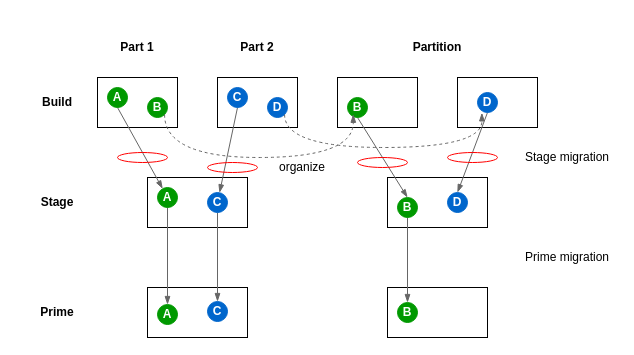
The draw.io diagram docs/image-sources/partition_migration.drawio in canonical/craft-parts, before the edit. Source tidied: cells renumbered, new cells numbered last; positions are measured from the earlier drawing's top-left corner, leaving out a move shared by most shapes. Both pictures are drawn from the tidied source at 100%, with x=0, y=0 at pixel (17, 37).
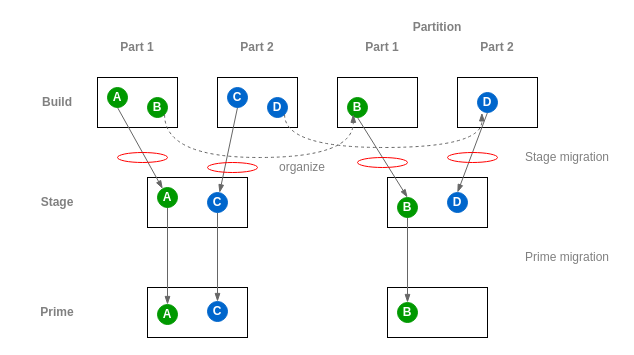
After the change.

Change to the diagram source:
```diff
@@
-    <mxCell id="2" value="&lt;b&gt;Build&lt;/b&gt;" style="rounded=0;whiteSpace=wrap;html=1;strokeColor=none;fillColor=none;" parent="1" vertex="1">
+    <mxCell id="2" value="&lt;b&gt;Build&lt;/b&gt;" style="rounded=0;whiteSpace=wrap;html=1;strokeColor=none;fillColor=none;fontColor=#808080;" parent="1" vertex="1">
       <mxGeometry y="55" width="80" height="20" as="geometry" />
     </mxCell>
@@
-    <mxCell id="11" value="&lt;b&gt;Part 1&lt;/b&gt;" style="rounded=0;whiteSpace=wrap;html=1;strokeColor=none;fillColor=none;" parent="1" vertex="1">
+    <mxCell id="11" value="&lt;b&gt;Part 1&lt;/b&gt;" style="rounded=0;whiteSpace=wrap;html=1;strokeColor=none;fillColor=none;fontColor=#808080;" parent="1" vertex="1">
       <mxGeometry x="80" width="80" height="20" as="geometry" />
     </mxCell>
-    <mxCell id="12" value="&lt;b&gt;Part 2&lt;/b&gt;" style="rounded=0;whiteSpace=wrap;html=1;strokeColor=none;fillColor=none;" parent="1" vertex="1">
+    <mxCell id="12" value="&lt;b&gt;Part 2&lt;/b&gt;" style="rounded=0;whiteSpace=wrap;html=1;strokeColor=none;fillColor=none;fontColor=#808080;" parent="1" vertex="1">
       <mxGeometry x="200" width="80" height="20" as="geometry" />
     </mxCell>
@@
-    <mxCell id="25" value="&lt;b&gt;Stage&lt;/b&gt;" style="rounded=0;whiteSpace=wrap;html=1;strokeColor=none;fillColor=none;" parent="1" vertex="1">
+    <mxCell id="25" value="&lt;b&gt;Stage&lt;/b&gt;" style="rounded=0;whiteSpace=wrap;html=1;strokeColor=none;fillColor=none;fontColor=#808080;" parent="1" vertex="1">
       <mxGeometry y="155" width="80" height="20" as="geometry" />
     </mxCell>
@@
-    <mxCell id="29" value="&lt;b&gt;Prime&lt;/b&gt;" style="rounded=0;whiteSpace=wrap;html=1;strokeColor=none;fillColor=none;" parent="1" vertex="1">
+    <mxCell id="29" value="&lt;b&gt;Prime&lt;/b&gt;" style="rounded=0;whiteSpace=wrap;html=1;strokeColor=none;fillColor=none;fontColor=#808080;" parent="1" vertex="1">
       <mxGeometry y="265" width="80" height="20" as="geometry" />
     </mxCell>
-    <mxCell id="30" value="Stage migration" style="rounded=0;whiteSpace=wrap;html=1;strokeColor=none;fillColor=none;" parent="1" vertex="1">
+    <mxCell id="30" value="Stage migration" style="rounded=0;whiteSpace=wrap;html=1;strokeColor=none;fillColor=none;fontColor=#808080;" parent="1" vertex="1">
       <mxGeometry x="500" y="110" width="100" height="20" as="geometry" />
     </mxCell>
-    <mxCell id="31" value="Prime migration" style="rounded=0;whiteSpace=wrap;html=1;strokeColor=none;fillColor=none;" parent="1" vertex="1">
+    <mxCell id="31" value="Prime migration" style="rounded=0;whiteSpace=wrap;html=1;strokeColor=none;fillColor=none;fontColor=#808080;" parent="1" vertex="1">
       <mxGeometry x="500" y="210" width="100" height="20" as="geometry" />
     </mxCell>
-    <mxCell id="32" value="&lt;b&gt;Partition&lt;/b&gt;" style="rounded=0;whiteSpace=wrap;html=1;strokeColor=none;fillColor=none;" parent="1" vertex="1">
-      <mxGeometry x="380" width="80" height="20" as="geometry" />
+    <mxCell id="32" value="&lt;b&gt;Partition&lt;/b&gt;" style="rounded=0;whiteSpace=wrap;html=1;strokeColor=none;fillColor=none;fontColor=#808080;" parent="1" vertex="1">
+      <mxGeometry x="380" y="-20" width="80" height="20" as="geometry" />
     </mxCell>
@@
-    <mxCell id="37" value="organize" style="rounded=0;whiteSpace=wrap;html=1;strokeColor=none;fillColor=none;" parent="1" vertex="1">
+    <mxCell id="37" value="organize" style="rounded=0;whiteSpace=wrap;html=1;strokeColor=none;fillColor=none;fontColor=#808080;" parent="1" vertex="1">
       <mxGeometry x="260" y="120" width="50" height="20" as="geometry" />
     </mxCell>
@@
+    <mxCell id="45" value="&lt;b&gt;Part 1&lt;/b&gt;" style="rounded=0;whiteSpace=wrap;html=1;strokeColor=none;fillColor=none;fontColor=#808080;" parent="1" vertex="1">
+      <mxGeometry x="325" width="80" height="20" as="geometry" />
+    </mxCell>
+    <mxCell id="46" value="&lt;b&gt;Part 2&lt;/b&gt;" style="rounded=0;whiteSpace=wrap;html=1;strokeColor=none;fillColor=none;fontColor=#808080;" parent="1" vertex="1">
+      <mxGeometry x="440" width="80" height="20" as="geometry" />
+    </mxCell>
```
